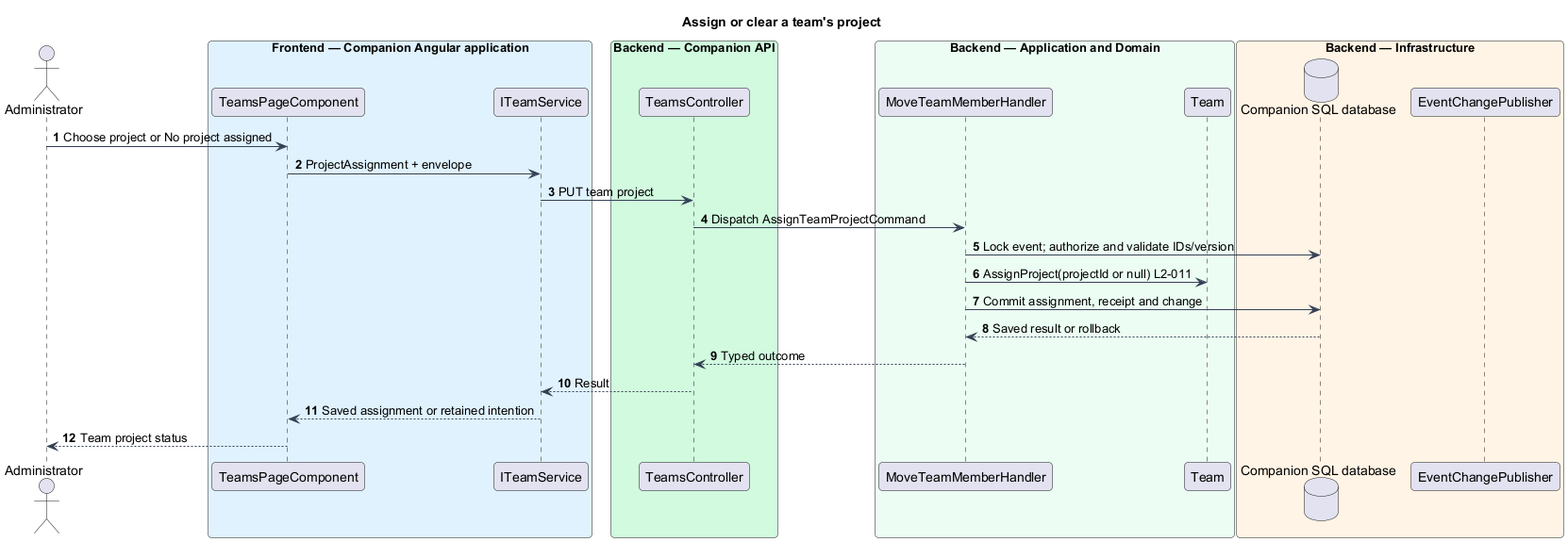
Above: docs/detailed-designs/projects-teams/move-members-and-assign-projects/diagrams/sequence-assign.png in QuinntyneBrown/faithtech-toronto-ai-build-event (PlantUML), before the change. The source it was exported from:
```plantuml
@startuml
skinparam backgroundColor #FFFFFF
skinparam shadowing false
skinparam defaultFontName Arial
skinparam ArrowColor #344054
skinparam roundcorner 8
autonumber
title Assign or clear a team's project
actor "Administrator" as actor
box "Frontend — Companion Angular application" #E0F2FE
participant "TeamsPageComponent" as page
participant "ITeamService" as client
end box
box "Backend — Companion API" #D1FADF
participant "TeamsController" as controller
end box
box "Backend — Application and Domain" #ECFDF3
participant "MoveTeamMemberHandler" as handler
participant "Team" as entity
end box
box "Backend — Infrastructure" #FFF4E5
database "Companion SQL database" as db
participant "EventChangePublisher" as push
end box
actor -> page : Choose project or No project assigned
page -> client : ProjectAssignment + envelope
client -> controller : PUT team project
controller -> handler : Dispatch AssignTeamProjectCommand
handler -> db : Lock event; authorize and validate IDs/version
handler -> entity : AssignProject(projectId or null) L2-011
handler -> db : Commit assignment, receipt and change
 db --> handler : Saved result or rollback
handler --> controller : Typed outcome
controller --> client : Result
client --> page : Saved assignment or retained intention
page --> actor : Team project status
@enduml
```
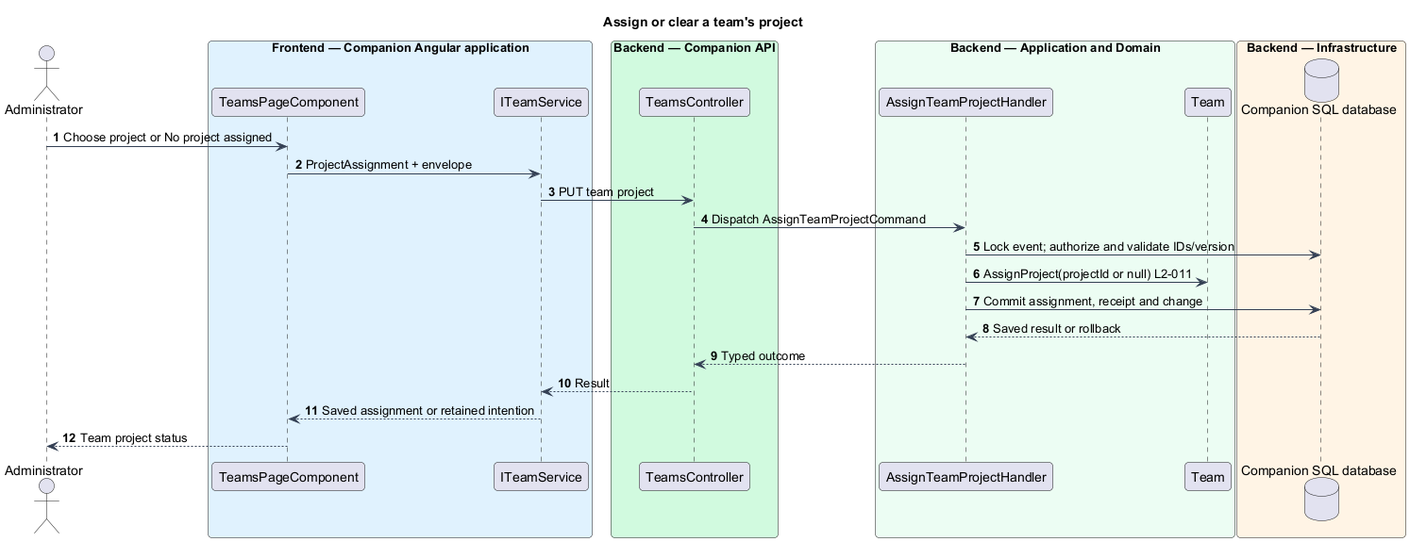
Later version of the same file.

Diff of the diagram source:
```diff
@@ -15,12 +15,11 @@
 participant "TeamsController" as controller
 end box
 box "Backend — Application and Domain" #ECFDF3
-participant "MoveTeamMemberHandler" as handler
+participant "AssignTeamProjectHandler" as handler
 participant "Team" as entity
 end box
 box "Backend — Infrastructure" #FFF4E5
 database "Companion SQL database" as db
-participant "EventChangePublisher" as push
 end box
 actor -> page : Choose project or No project assigned
 page -> client : ProjectAssignment + envelope
```
